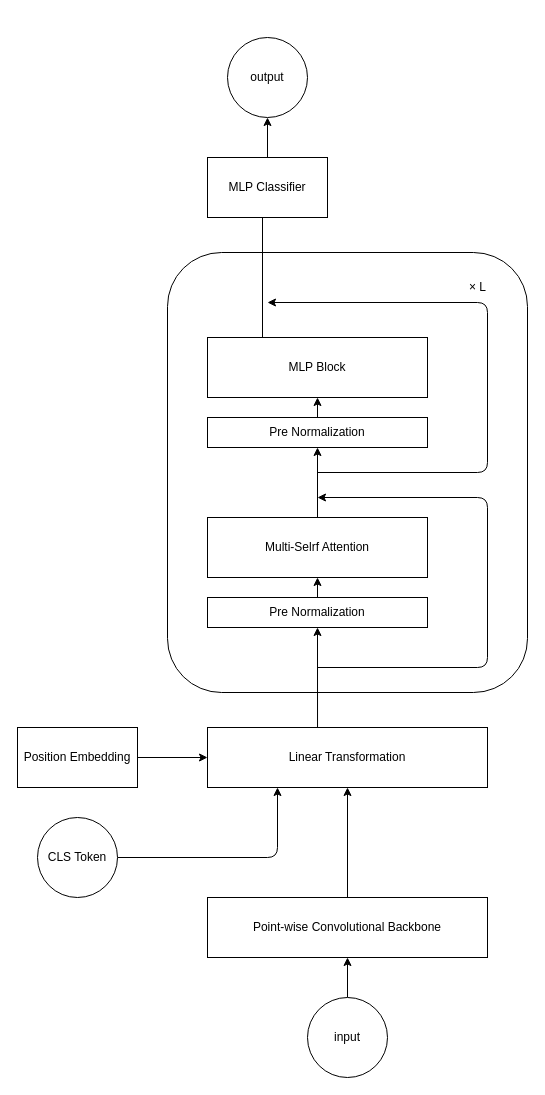
Above: convbbt.dio in rakawanegan/humanactivityrecognition_portfolio (draw.io), before the change. Source tidied: cells renumbered, new cells numbered last; positions are measured from the earlier drawing's top-left corner, leaving out a move shared by most shapes. Both pictures are drawn from the tidied source at 100%, with x=0, y=0 at pixel (17, 37).
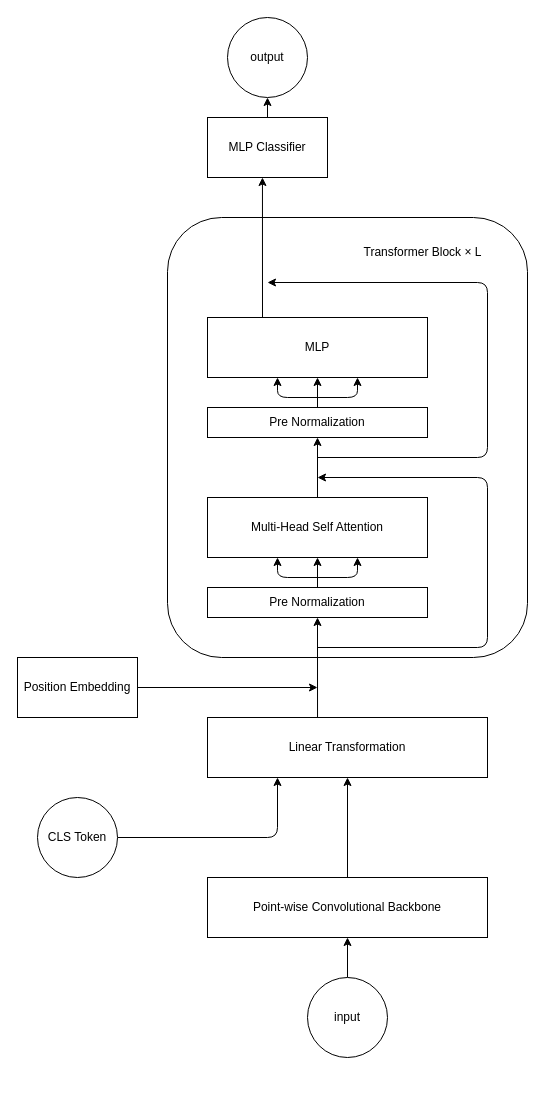
After the change.

Change to the diagram source:
```diff
@@
-<mxGraphModel>
+<mxGraphModel background="#ffffff">
@@
     <mxCell id="2" style="rounded=1;whiteSpace=wrap;html=1;" parent="1" vertex="1">
-      <mxGeometry x="150" y="215" width="360" height="440" as="geometry" />
+      <mxGeometry x="150" y="180" width="360" height="440" as="geometry" />
     </mxCell>
@@
     <mxCell id="5" value="Point-wise Convolutional Backbone" style="rounded=0;whiteSpace=wrap;html=1;" parent="1" vertex="1">
-      <mxGeometry x="190" y="860" width="280" height="60" as="geometry" />
+      <mxGeometry x="190" y="840" width="280" height="60" as="geometry" />
     </mxCell>
@@
     <mxCell id="7" value="Linear Transformation" style="whiteSpace=wrap;html=1;rounded=0;" parent="1" vertex="1">
-      <mxGeometry x="190" y="690" width="280" height="60" as="geometry" />
+      <mxGeometry x="190" y="680" width="280" height="60" as="geometry" />
     </mxCell>
-    <mxCell id="8" style="edgeStyle=none;html=1;exitX=1;exitY=0.5;exitDx=0;exitDy=0;entryX=0;entryY=0.5;entryDx=0;entryDy=0;" parent="1" edge="1" source="9" target="7">
-      <mxGeometry relative="1" as="geometry" />
+    <mxCell id="8" style="edgeStyle=none;html=1;exitX=1;exitY=0.5;exitDx=0;exitDy=0;" parent="1" edge="1" source="9">
+      <mxGeometry relative="1" as="geometry">
+        <mxPoint x="300" y="650" as="targetPoint" />
+      </mxGeometry>
     </mxCell>
     <mxCell id="9" value="Position Embedding" style="rounded=0;whiteSpace=wrap;html=1;" parent="1" vertex="1">
-      <mxGeometry y="690" width="120" height="60" as="geometry" />
+      <mxGeometry y="620" width="120" height="60" as="geometry" />
     </mxCell>
     <mxCell id="10" style="edgeStyle=none;html=1;" parent="1" edge="1">
       <mxGeometry relative="1" as="geometry">
-        <mxPoint x="300" y="630" as="sourcePoint" />
-        <mxPoint x="300" y="460" as="targetPoint" />
+        <mxPoint x="300" y="610" as="sourcePoint" />
+        <mxPoint x="300" y="440" as="targetPoint" />
         <Array as="points">
-          <mxPoint x="470" y="630" />
-          <mxPoint x="470" y="460" />
+          <mxPoint x="470" y="610" />
+          <mxPoint x="470" y="440" />
         </Array>
       </mxGeometry>
     </mxCell>
     <mxCell id="11" value="Pre Normalization" style="whiteSpace=wrap;html=1;rounded=0;" parent="1" vertex="1">
-      <mxGeometry x="190" y="560" width="220" height="30" as="geometry" />
+      <mxGeometry x="190" y="550" width="220" height="30" as="geometry" />
     </mxCell>
-    <mxCell id="12" style="edgeStyle=none;html=1;" parent="1" edge="1" source="11" target="13">
-      <mxGeometry relative="1" as="geometry" />
-    </mxCell>
-    <mxCell id="13" value="Multi-Selrf Attention" style="whiteSpace=wrap;html=1;rounded=0;" parent="1" vertex="1">
-      <mxGeometry x="190" y="480" width="220" height="60" as="geometry" />
+    <mxCell id="13" value="Multi-Head Self Attention" style="whiteSpace=wrap;html=1;rounded=0;" parent="1" vertex="1">
+      <mxGeometry x="190" y="460" width="220" height="60" as="geometry" />
     </mxCell>
@@
     <mxCell id="16" value="input" style="ellipse;whiteSpace=wrap;html=1;rounded=0;" parent="1" vertex="1">
-      <mxGeometry x="290" y="960" width="80" height="80" as="geometry" />
+      <mxGeometry x="290" y="940" width="80" height="80" as="geometry" />
     </mxCell>
@@
     <mxCell id="18" value="Pre Normalization" style="whiteSpace=wrap;html=1;rounded=0;" parent="1" vertex="1">
-      <mxGeometry x="190" y="380" width="220" height="30" as="geometry" />
+      <mxGeometry x="190" y="370" width="220" height="30" as="geometry" />
     </mxCell>
-    <mxCell id="19" style="edgeStyle=none;html=1;exitX=0.25;exitY=0;exitDx=0;exitDy=0;" parent="1" edge="1" source="21">
-      <mxGeometry relative="1" as="geometry">
-        <mxPoint x="245" y="145" as="targetPoint" />
-      </mxGeometry>
+    <mxCell id="19" style="edgeStyle=none;html=1;exitX=0.25;exitY=0;exitDx=0;exitDy=0;entryX=0.458;entryY=1;entryDx=0;entryDy=0;entryPerimeter=0;" parent="1" edge="1" source="21" target="23">
+      <mxGeometry relative="1" as="geometry" />
     </mxCell>
-    <mxCell id="20" style="edgeStyle=none;html=1;" parent="1" edge="1" source="18" target="21">
-      <mxGeometry relative="1" as="geometry" />
-    </mxCell>
-    <mxCell id="21" value="MLP Block" style="whiteSpace=wrap;html=1;rounded=0;" parent="1" vertex="1">
-      <mxGeometry x="190" y="300" width="220" height="60" as="geometry" />
+    <mxCell id="21" value="MLP" style="whiteSpace=wrap;html=1;rounded=0;" parent="1" vertex="1">
+      <mxGeometry x="190" y="280" width="220" height="60" as="geometry" />
     </mxCell>
@@
     <mxCell id="23" value="MLP Classifier" style="rounded=0;whiteSpace=wrap;html=1;" parent="1" vertex="1">
-      <mxGeometry x="190" y="120" width="120" height="60" as="geometry" />
+      <mxGeometry x="190" y="80" width="120" height="60" as="geometry" />
     </mxCell>
     <mxCell id="24" value="output" style="ellipse;whiteSpace=wrap;html=1;rounded=0;" parent="1" vertex="1">
-      <mxGeometry x="210" width="80" height="80" as="geometry" />
+      <mxGeometry x="210" y="-20" width="80" height="80" as="geometry" />
     </mxCell>
-    <mxCell id="25" value="× L" style="text;html=1;align=center;verticalAlign=middle;strokeWidth=5;perimeterSpacing=0;" parent="1" vertex="1">
-      <mxGeometry x="440" y="235" width="40" height="30" as="geometry" />
+    <mxCell id="25" value="Transformer Block × L" style="text;html=1;align=center;verticalAlign=middle;strokeWidth=5;perimeterSpacing=0;" parent="1" vertex="1">
+      <mxGeometry x="335" y="200" width="140" height="30" as="geometry" />
     </mxCell>
     <mxCell id="26" style="edgeStyle=none;html=1;entryX=0.25;entryY=1;entryDx=0;entryDy=0;" parent="1" edge="1" source="27" target="7">
       <mxGeometry relative="1" as="geometry">
         <Array as="points">
-          <mxPoint x="260" y="820" />
+          <mxPoint x="260" y="800" />
         </Array>
       </mxGeometry>
     </mxCell>
     <mxCell id="27" value="CLS Token" style="ellipse;whiteSpace=wrap;html=1;rounded=0;" parent="1" vertex="1">
-      <mxGeometry x="20" y="780" width="80" height="80" as="geometry" />
+      <mxGeometry x="20" y="760" width="80" height="80" as="geometry" />
     </mxCell>
     <mxCell id="28" style="edgeStyle=none;html=1;" parent="1" edge="1">
       <mxGeometry relative="1" as="geometry">
-        <mxPoint x="300" y="435" as="sourcePoint" />
-        <mxPoint x="250" y="265" as="targetPoint" />
+        <mxPoint x="300" y="420" as="sourcePoint" />
+        <mxPoint x="250" y="245" as="targetPoint" />
         <Array as="points">
-          <mxPoint x="470" y="435" />
-          <mxPoint x="470" y="265" />
+          <mxPoint x="470" y="420" />
+          <mxPoint x="470" y="245" />
         </Array>
       </mxGeometry>
     </mxCell>
+    <mxCell id="29" style="group;" parent="1" vertex="1">
+      <mxGeometry x="260" y="340" width="80" height="30" as="geometry" />
+    </mxCell>
+    <mxCell id="30" style="edgeStyle=none;html=1;" parent="29" edge="1">
+      <mxGeometry relative="1" as="geometry">
+        <mxPoint x="40" y="20" as="sourcePoint" />
+        <mxPoint x="80" as="targetPoint" />
+        <Array as="points">
+          <mxPoint x="80" y="20" />
+        </Array>
+      </mxGeometry>
+    </mxCell>
+    <mxCell id="31" style="edgeStyle=none;html=1;" parent="29" edge="1">
+      <mxGeometry relative="1" as="geometry">
+        <mxPoint x="40" y="30" as="sourcePoint" />
+        <mxPoint x="40" as="targetPoint" />
+      </mxGeometry>
+    </mxCell>
+    <mxCell id="32" style="edgeStyle=none;html=1;" parent="29" edge="1">
+      <mxGeometry relative="1" as="geometry">
+        <mxPoint x="40" y="20" as="sourcePoint" />
+        <mxPoint as="targetPoint" />
+        <Array as="points">
+          <mxPoint y="20" />
+        </Array>
+      </mxGeometry>
+    </mxCell>
+    <mxCell id="33" style="group;" parent="1" vertex="1">
+      <mxGeometry x="260" y="520" width="80" height="30" as="geometry" />
+    </mxCell>
+    <mxCell id="34" style="edgeStyle=none;html=1;" parent="33" edge="1">
+      <mxGeometry relative="1" as="geometry">
+        <mxPoint x="40" y="20" as="sourcePoint" />
+        <mxPoint x="80" as="targetPoint" />
+        <Array as="points">
+          <mxPoint x="80" y="20" />
+        </Array>
+      </mxGeometry>
+    </mxCell>
+    <mxCell id="35" style="edgeStyle=none;html=1;" parent="33" edge="1">
+      <mxGeometry relative="1" as="geometry">
+        <mxPoint x="40" y="30" as="sourcePoint" />
+        <mxPoint x="40" as="targetPoint" />
+      </mxGeometry>
+    </mxCell>
+    <mxCell id="36" style="edgeStyle=none;html=1;" parent="33" edge="1">
+      <mxGeometry relative="1" as="geometry">
+        <mxPoint x="40" y="20" as="sourcePoint" />
+        <mxPoint as="targetPoint" />
+        <Array as="points">
+          <mxPoint y="20" />
+        </Array>
+      </mxGeometry>
+    </mxCell>
```
